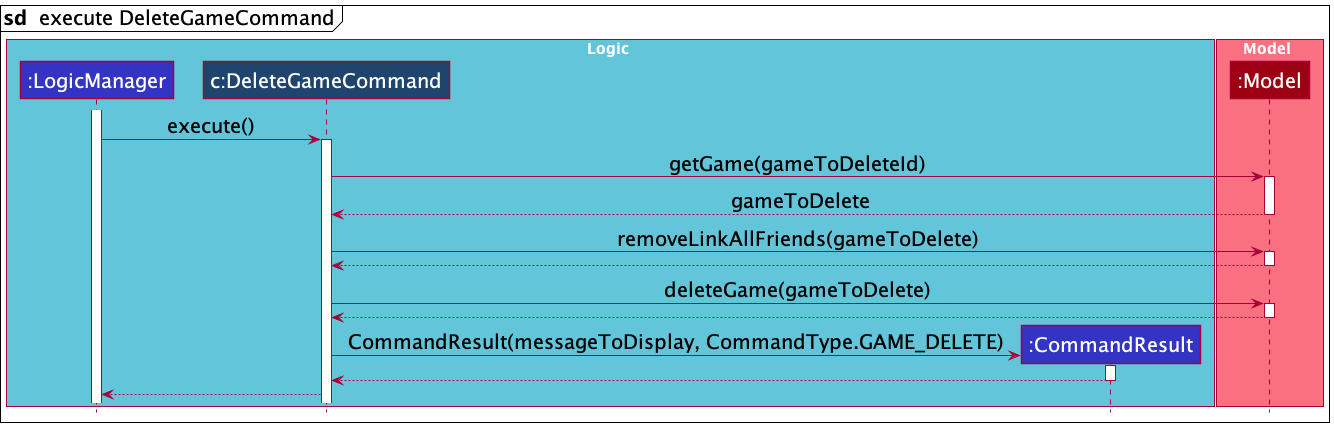
Above: docs/images/DeleteGameSequenceDiagram2.png in nus-cs2103-AY2122S1/tp (PlantUML), before the change.
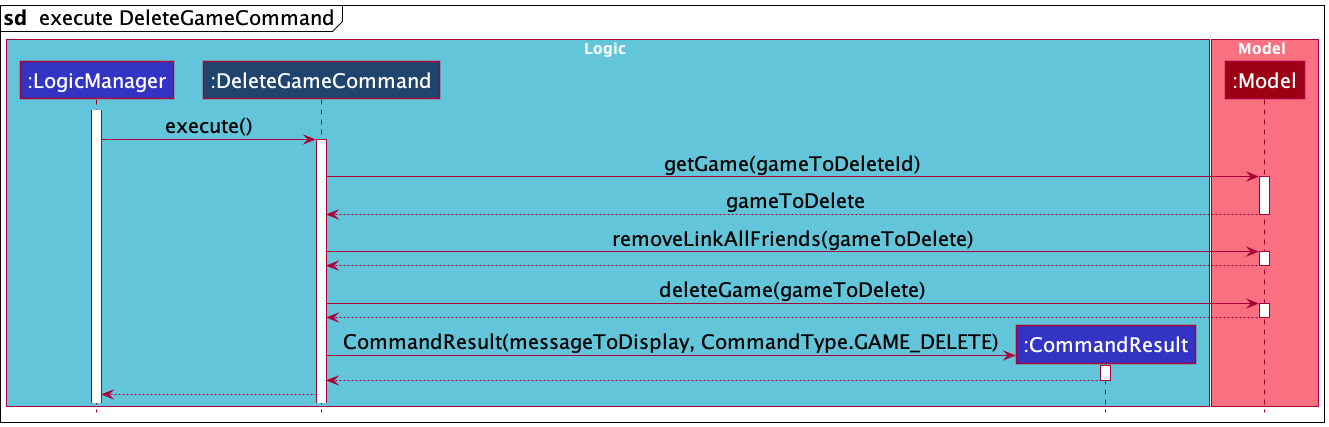
The same diagram one commit later.

Commit message:
Update sequence diagrams

Diff of the diagram source:
```diff
@@ -6,7 +6,7 @@
 
 box Logic GAME_DELETE_BOX_COLOR
 participant ":LogicManager" as LogicManager LOGIC_COLOR
-participant "c:DeleteGameCommand" as DeleteGameCommand DELETE_GAME_COLOR
+participant ":DeleteGameCommand" as DeleteGameCommand DELETE_GAME_COLOR
 participant ":CommandResult" as CommandResult LOGIC_COLOR
 end box
 
```
